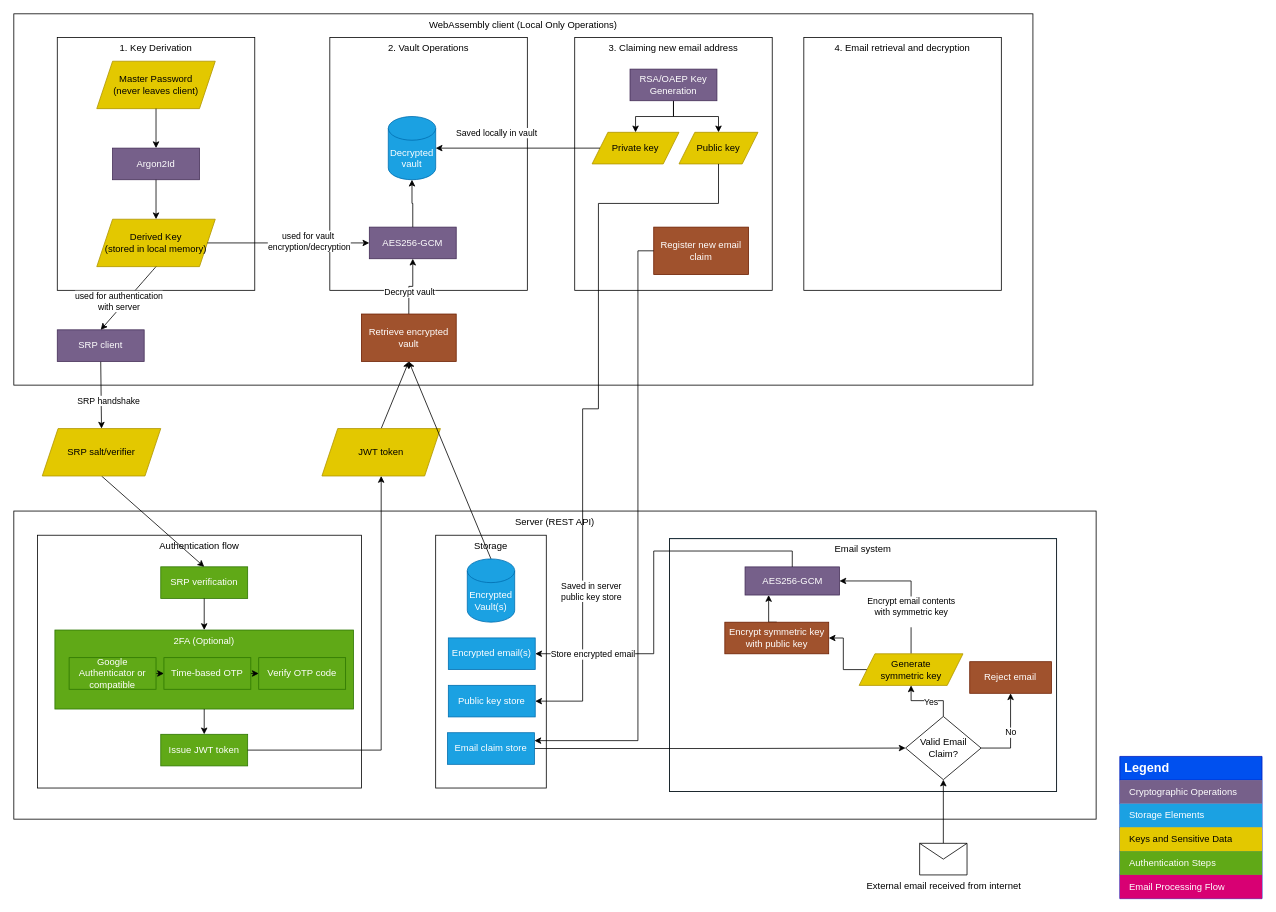
lanedirt/AliasVault keeps this draw.io diagram as docs/diagrams/aliasvault-security-architecture.drawio. Above is the earlier version. Source tidied: cells renumbered, new cells numbered last; positions are measured from the earlier drawing's top-left corner, leaving out a move shared by most shapes. Both pictures are drawn from the tidied source at 79%, with x=0, y=0 at pixel (13, 13).
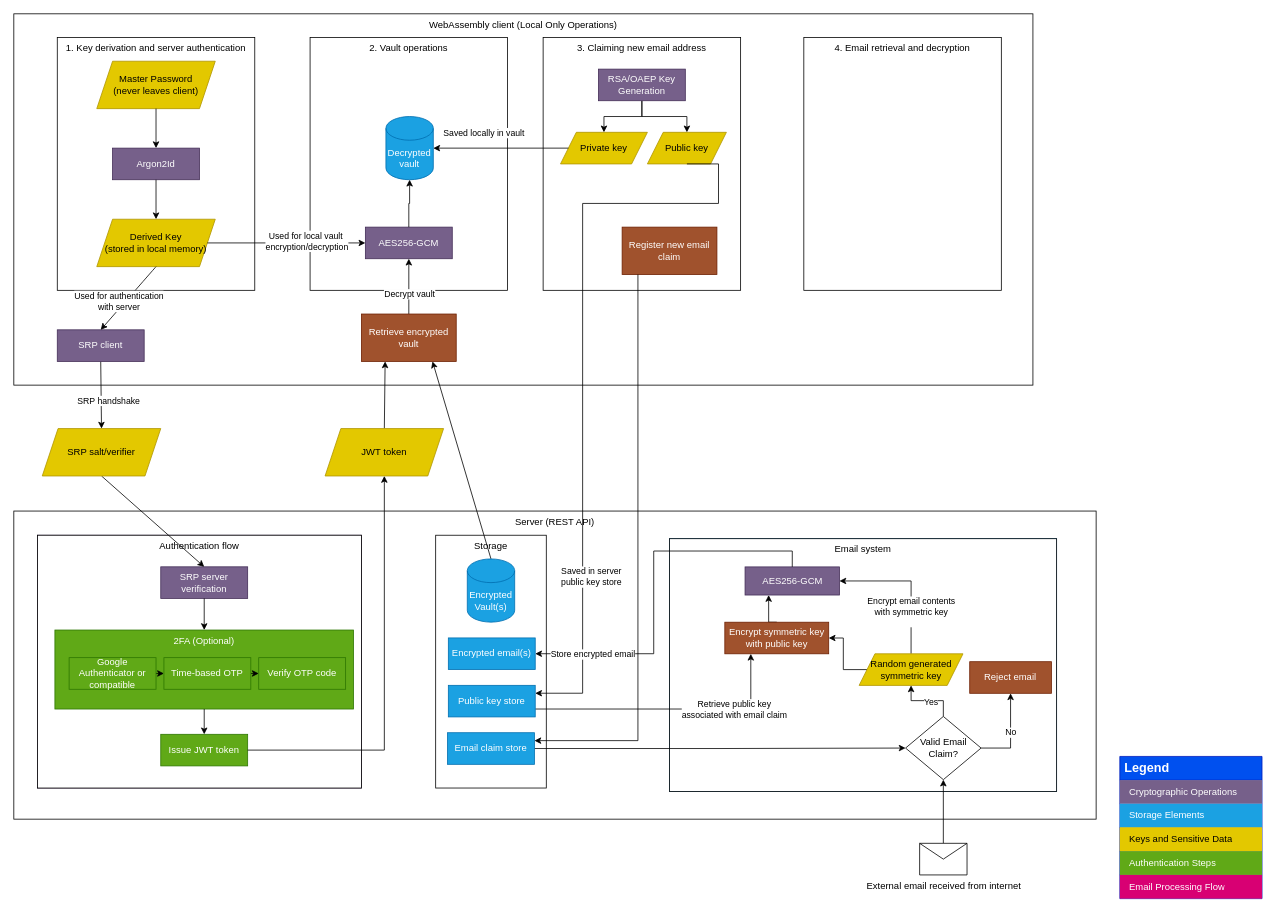
The same diagram, later.

Commit message:
Update security architecture diagram (#341)

The change refers to these unchanged cells:
```xml
<mxCell id="38" style="endArrow=none;html=1;rounded=0;entryX=1;entryY=0.5;entryDx=0;entryDy=0;exitX=0;exitY=0.5;exitDx=0;exitDy=0;startArrow=classic;startFill=1;endFill=0;" parent="1" edge="1" source="30" target="36">
  <mxGeometry relative="1" as="geometry" />
</mxCell>
<mxCell id="40" style="endArrow=classic;html=1;rounded=0;exitX=0.5;exitY=1;exitDx=0;exitDy=0;entryX=0.5;entryY=0;entryDx=0;entryDy=0;curved=1;" parent="1" edge="1" source="36" target="31">
  <mxGeometry relative="1" as="geometry" />
</mxCell>
<mxCell id="49" value="Retrieve encrypted vault" style="rounded=0;whiteSpace=wrap;html=1;fillColor=#a0522d;fontColor=#ffffff;strokeColor=#6D1F00;" parent="1" vertex="1">
  <mxGeometry x="440" y="380" width="120" height="60" as="geometry" />
</mxCell>
<mxCell id="52" value="Encrypted Vault(s)" style="shape=cylinder3;whiteSpace=wrap;html=1;boundedLbl=1;backgroundOutline=1;size=15;fillColor=#1ba1e2;fontColor=#ffffff;strokeColor=#006EAF;" parent="1" vertex="1">
  <mxGeometry x="574" y="690" width="60" height="80" as="geometry" />
</mxCell>
<mxCell id="63" style="group;fillColor=#1ba1e2;fontColor=#ffffff;strokeColor=#006EAF;" parent="1" vertex="1">
  <mxGeometry x="830" y="664.4" width="490" height="320" as="geometry" />
</mxCell>
<mxCell id="77" value="Encrypt symmetric key with public key" style="rounded=0;whiteSpace=wrap;html=1;fillColor=#a0522d;fontColor=#ffffff;strokeColor=#6D1F00;" parent="63" vertex="1">
  <mxGeometry x="70" y="105.7" width="131.5" height="40" as="geometry" />
</mxCell>
<mxCell id="81" value="Public key store" style="rounded=0;whiteSpace=wrap;html=1;fillColor=#1ba1e2;strokeColor=#006EAF;fontColor=#ffffff;" parent="1" vertex="1">
  <mxGeometry x="550" y="850" width="110" height="40" as="geometry" />
</mxCell>
<mxCell id="83" value="Email claim store" style="rounded=0;whiteSpace=wrap;html=1;fillColor=#1ba1e2;strokeColor=#006EAF;fontColor=#ffffff;" parent="1" vertex="1">
  <mxGeometry x="549" y="910" width="110" height="40" as="geometry" />
</mxCell>
```

Diff of the diagram source:
```diff
@@
-    <mxCell id="3" value="2. Vault Operations" style="rounded=0;whiteSpace=wrap;html=1;verticalAlign=top;" parent="1" vertex="1">
-      <mxGeometry x="400" y="30" width="250" height="320" as="geometry" />
+    <mxCell id="3" value="2. Vault operations" style="rounded=0;whiteSpace=wrap;html=1;verticalAlign=top;" parent="1" vertex="1">
+      <mxGeometry x="375" y="30" width="250" height="320" as="geometry" />
     </mxCell>
@@
-    <mxCell id="16" style="group;" parent="1" vertex="1">
+    <mxCell id="16" style="group;fillColor=#76608a;fontColor=#ffffff;strokeColor=#432D57;" parent="1" vertex="1">
       <mxGeometry x="30" y="660" width="410" height="320" as="geometry" />
     </mxCell>
@@
-    <mxCell id="18" value="SRP verification" style="text;html=1;align=center;verticalAlign=middle;whiteSpace=wrap;rounded=0;fillColor=#60a917;strokeColor=#2D7600;fontColor=#ffffff;" parent="16" vertex="1">
+    <mxCell id="18" value="SRP server verification" style="text;html=1;align=center;verticalAlign=middle;whiteSpace=wrap;rounded=0;fillColor=#76608a;strokeColor=#432D57;fontColor=#ffffff;" parent="16" vertex="1">
       <mxGeometry x="156" y="40" width="110" height="40" as="geometry" />
     </mxCell>
@@
     <mxCell id="30" value="AES256-GCM" style="text;html=1;align=center;verticalAlign=middle;whiteSpace=wrap;rounded=0;fillColor=#76608a;fontColor=#ffffff;strokeColor=#432D57;" parent="1" vertex="1">
-      <mxGeometry x="450" y="270" width="110" height="40" as="geometry" />
+      <mxGeometry x="445" y="270" width="110" height="40" as="geometry" />
     </mxCell>
@@
-    <mxCell id="32" value="1. Key Derivation" style="rounded=0;whiteSpace=wrap;html=1;verticalAlign=top;" parent="1" vertex="1">
+    <mxCell id="32" value="1. Key derivation and server authentication" style="rounded=0;whiteSpace=wrap;html=1;verticalAlign=top;" parent="1" vertex="1">
       <mxGeometry x="55" y="30" width="250" height="320" as="geometry" />
     </mxCell>
@@
-    <mxCell id="39" value="used for vault&amp;nbsp;&lt;div&gt;encryption/decryption&lt;/div&gt;" style="edgeLabel;html=1;align=center;verticalAlign=middle;" parent="38" vertex="1">
+    <mxCell id="39" value="Used for local vault&amp;nbsp;&lt;div&gt;encryption/decryption&lt;/div&gt;" style="edgeLabel;html=1;align=center;verticalAlign=middle;" parent="38" vertex="1">
       <mxGeometry x="-0.25" y="-3" relative="1" as="geometry" />
     </mxCell>
@@
-    <mxCell id="41" value="used for authentication&lt;br&gt;with server" style="edgeLabel;html=1;align=center;verticalAlign=middle;" parent="40" vertex="1">
+    <mxCell id="41" value="Used for authentication&lt;br&gt;with server" style="edgeLabel;html=1;align=center;verticalAlign=middle;" parent="40" vertex="1">
       <mxGeometry x="-0.18" y="2" relative="1" as="geometry">
         <mxPoint x="-20" y="9" as="offset" />
       </mxGeometry>
     </mxCell>
-    <mxCell id="42" style="rounded=0;jettySize=auto;html=1;exitX=0.5;exitY=0;exitDx=0;exitDy=0;entryX=0.5;entryY=1;entryDx=0;entryDy=0;" parent="1" edge="1" source="43" target="49">
+    <mxCell id="42" style="rounded=0;jettySize=auto;html=1;exitX=0.5;exitY=0;exitDx=0;exitDy=0;entryX=0.25;entryY=1;entryDx=0;entryDy=0;" parent="1" edge="1" source="43" target="49">
       <mxGeometry relative="1" as="geometry" />
     </mxCell>
     <mxCell id="43" value="JWT token" style="shape=parallelogram;perimeter=parallelogramPerimeter;whiteSpace=wrap;html=1;fixedSize=1;fillColor=#e3c800;fontColor=#000000;strokeColor=#B09500;" parent="1" vertex="1">
-      <mxGeometry x="390" y="525" width="150" height="60" as="geometry" />
+      <mxGeometry x="394" y="525" width="150" height="60" as="geometry" />
     </mxCell>
@@
-    <mxCell id="51" style="rounded=0;jettySize=auto;html=1;exitX=0.5;exitY=0;exitDx=0;exitDy=0;exitPerimeter=0;entryX=0.5;entryY=1;entryDx=0;entryDy=0;" parent="1" edge="1" source="52" target="49">
+    <mxCell id="51" style="rounded=0;jettySize=auto;html=1;exitX=0.5;exitY=0;exitDx=0;exitDy=0;exitPerimeter=0;entryX=0.75;entryY=1;entryDx=0;entryDy=0;" parent="1" edge="1" source="52" target="49">
       <mxGeometry relative="1" as="geometry" />
     </mxCell>
@@
     <mxCell id="53" value="Decrypted vault" style="shape=cylinder3;whiteSpace=wrap;html=1;boundedLbl=1;backgroundOutline=1;size=15;fillColor=#1ba1e2;fontColor=#ffffff;strokeColor=#006EAF;" parent="1" vertex="1">
-      <mxGeometry x="474" y="130" width="60" height="80" as="geometry" />
+      <mxGeometry x="471" y="130" width="60" height="80" as="geometry" />
     </mxCell>
@@
     <mxCell id="55" value="3. Claiming new email address" style="rounded=0;whiteSpace=wrap;html=1;verticalAlign=top;" parent="1" vertex="1">
-      <mxGeometry x="710" y="30" width="250" height="320" as="geometry" />
+      <mxGeometry x="670" y="30" width="250" height="320" as="geometry" />
     </mxCell>
@@
     <mxCell id="58" value="RSA/OAEP Key Generation" style="text;html=1;align=center;verticalAlign=middle;whiteSpace=wrap;rounded=0;fillColor=#76608a;fontColor=#ffffff;strokeColor=#432D57;" parent="1" vertex="1">
-      <mxGeometry x="780" y="70" width="110" height="40" as="geometry" />
+      <mxGeometry x="740" y="70" width="110" height="40" as="geometry" />
     </mxCell>
     <mxCell id="59" value="Public key" style="shape=parallelogram;perimeter=parallelogramPerimeter;whiteSpace=wrap;html=1;fixedSize=1;fillColor=#e3c800;fontColor=#000000;strokeColor=#B09500;" parent="1" vertex="1">
-      <mxGeometry x="842" y="150" width="100" height="40" as="geometry" />
+      <mxGeometry x="802" y="150" width="100" height="40" as="geometry" />
     </mxCell>
     <mxCell id="60" value="Private key" style="shape=parallelogram;perimeter=parallelogramPerimeter;whiteSpace=wrap;html=1;fixedSize=1;fillColor=#e3c800;fontColor=#000000;strokeColor=#B09500;" parent="1" vertex="1">
-      <mxGeometry x="732" y="150" width="110" height="40" as="geometry" />
+      <mxGeometry x="692" y="150" width="110" height="40" as="geometry" />
     </mxCell>
@@
-    <mxCell id="74" value="Generate&lt;br&gt;symmetric key" style="shape=parallelogram;perimeter=parallelogramPerimeter;whiteSpace=wrap;html=1;fixedSize=1;fillColor=#e3c800;fontColor=#000000;strokeColor=#B09500;" parent="63" vertex="1">
+    <mxCell id="74" value="Random generated&lt;br&gt;symmetric key" style="shape=parallelogram;perimeter=parallelogramPerimeter;whiteSpace=wrap;html=1;fixedSize=1;fillColor=#e3c800;fontColor=#000000;strokeColor=#B09500;" parent="63" vertex="1">
       <mxGeometry x="240" y="145.7" width="131.5" height="40" as="geometry" />
     </mxCell>
@@
-    <mxCell id="78" style="edgeStyle=orthogonalEdgeStyle;rounded=0;jettySize=auto;html=1;exitX=0.5;exitY=1;exitDx=0;exitDy=0;entryX=1;entryY=0.5;entryDx=0;entryDy=0;" parent="1" edge="1" source="59" target="81">
+    <mxCell id="78" style="edgeStyle=orthogonalEdgeStyle;rounded=0;jettySize=auto;html=1;exitX=0.5;exitY=1;exitDx=0;exitDy=0;entryX=1;entryY=0.25;entryDx=0;entryDy=0;" parent="1" edge="1" source="59" target="81">
       <mxGeometry relative="1" as="geometry">
         <Array as="points">
+          <mxPoint x="892" y="190" />
           <mxPoint x="892" y="240" />
-          <mxPoint x="740" y="240" />
-          <mxPoint x="740" y="500" />
-          <mxPoint x="720" y="500" />
-          <mxPoint x="720" y="870" />
+          <mxPoint x="720" y="240" />
+          <mxPoint x="720" y="860" />
         </Array>
       </mxGeometry>
     </mxCell>
@@
     <mxCell id="80" value="Register new email&lt;br&gt;claim" style="rounded=0;whiteSpace=wrap;html=1;fillColor=#a0522d;fontColor=#ffffff;strokeColor=#6D1F00;" parent="1" vertex="1">
-      <mxGeometry x="810" y="270" width="120" height="60" as="geometry" />
+      <mxGeometry x="770" y="270" width="120" height="60" as="geometry" />
     </mxCell>
+    <mxCell id="91" style="edgeStyle=orthogonalEdgeStyle;rounded=0;jettySize=auto;html=1;exitX=1;exitY=0.75;exitDx=0;exitDy=0;entryX=0.25;entryY=1;entryDx=0;entryDy=0;" parent="1" edge="1" source="81" target="77">
+      <mxGeometry relative="1" as="geometry" />
+    </mxCell>
+    <mxCell id="92" value="Retrieve public key&lt;div&gt;associated with email claim&lt;/div&gt;" style="edgeLabel;html=1;align=center;verticalAlign=middle;" parent="91" vertex="1">
+      <mxGeometry x="0.47" relative="1" as="geometry">
+        <mxPoint x="-1" as="offset" />
+      </mxGeometry>
+    </mxCell>
@@
-    <mxCell id="86" style="edgeStyle=orthogonalEdgeStyle;rounded=0;jettySize=auto;html=1;exitX=0;exitY=0.5;exitDx=0;exitDy=0;entryX=1;entryY=0.25;entryDx=0;entryDy=0;" parent="1" edge="1" source="80" target="83">
+    <mxCell id="86" style="edgeStyle=orthogonalEdgeStyle;rounded=0;jettySize=auto;html=1;entryX=1;entryY=0.25;entryDx=0;entryDy=0;" parent="1" edge="1" target="83">
       <mxGeometry relative="1" as="geometry">
+        <mxPoint x="790" y="330" as="sourcePoint" />
         <Array as="points">
-          <mxPoint x="790" y="300" />
+          <mxPoint x="790" y="330" />
           <mxPoint x="790" y="920" />
         </Array>
       </mxGeometry>
     </mxCell>
```
